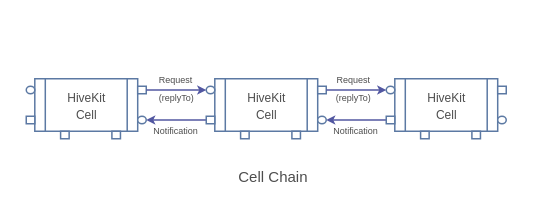
This is page "cell-chain-formation" (2 of 9) of docs/hivekit.drawio from hiveot/hivekit, a draw.io file, before an edit. Source tidied: cells renumbered, new cells numbered last; positions are measured from the earlier drawing's top-left corner, leaving out a move shared by most shapes. Both pictures are drawn from the tidied source at 150%, with x=0, y=0 at pixel (26, 72).
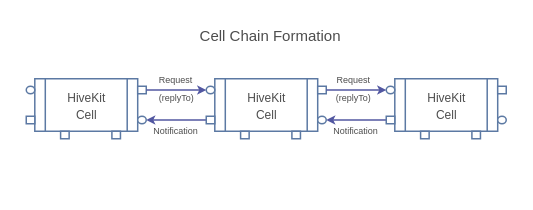
The same page after the edit.

The edit, as a diff of the source:
```diff
@@
-    <mxCell id="6" value="Cell Chain" style="text;html=1;align=right;verticalAlign=middle;whiteSpace=wrap;rounded=0;fontSize=10;fontColor=#4D4D4D;" parent="1" vertex="1">
-      <mxGeometry x="120" y="64" width="70" height="10" as="geometry" />
+    <mxCell id="6" value="Cell Chain Formation" style="text;html=1;align=right;verticalAlign=middle;whiteSpace=wrap;rounded=0;fontSize=10;fontColor=#4D4D4D;" parent="1" vertex="1">
+      <mxGeometry x="108.2" y="-30" width="103.5" height="10" as="geometry" />
     </mxCell>
```
